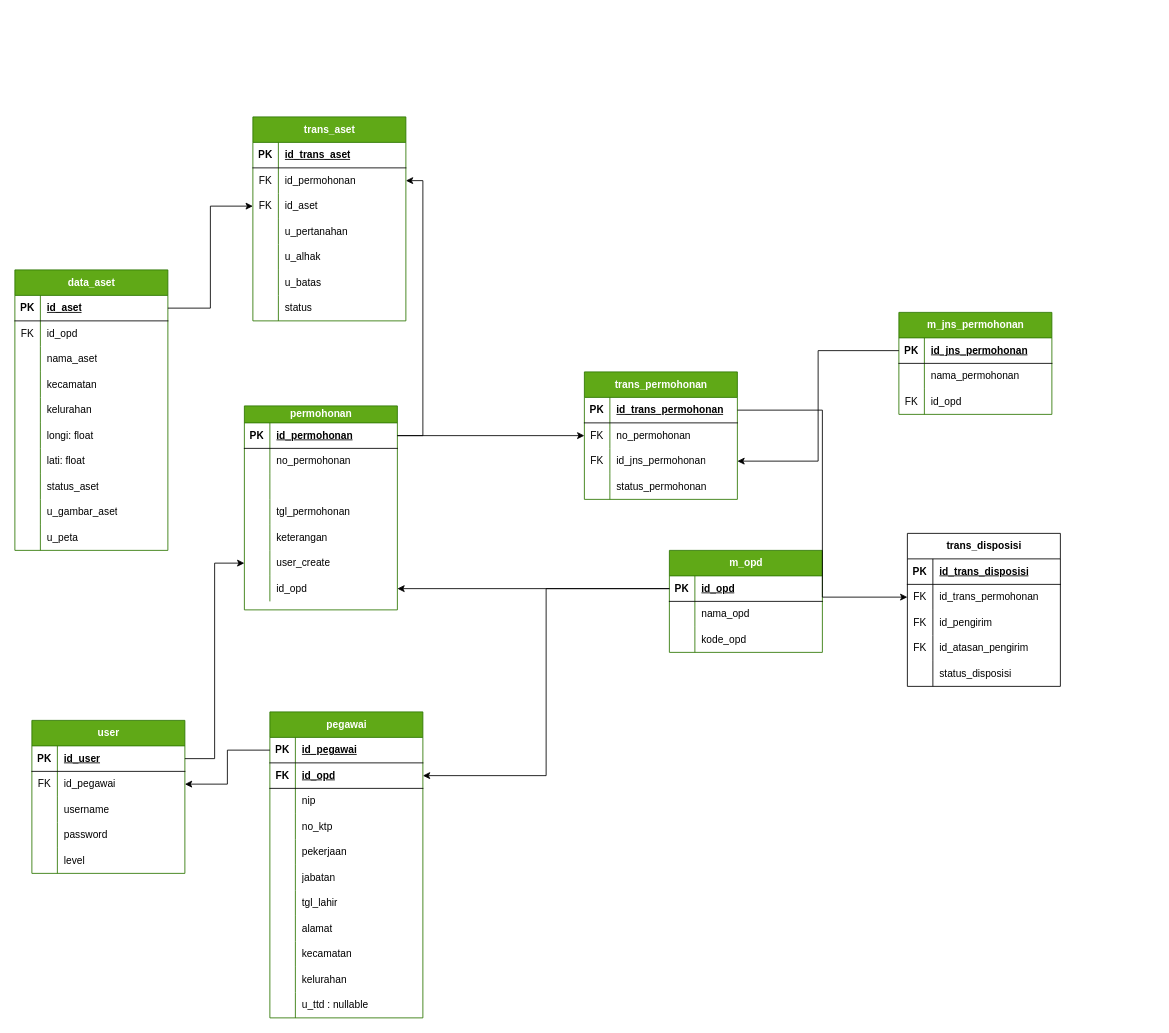
Before: page "Class Diagram" (6 of 6) of UML.drawio in batrianugrah/sigma, a draw.io diagram. Source tidied: cells renumbered, new cells numbered last; positions are measured from the earlier drawing's top-left corner, leaving out a move shared by most shapes. Both pictures are drawn from the tidied source at 85%, with x=0, y=0 at pixel (14, 116).
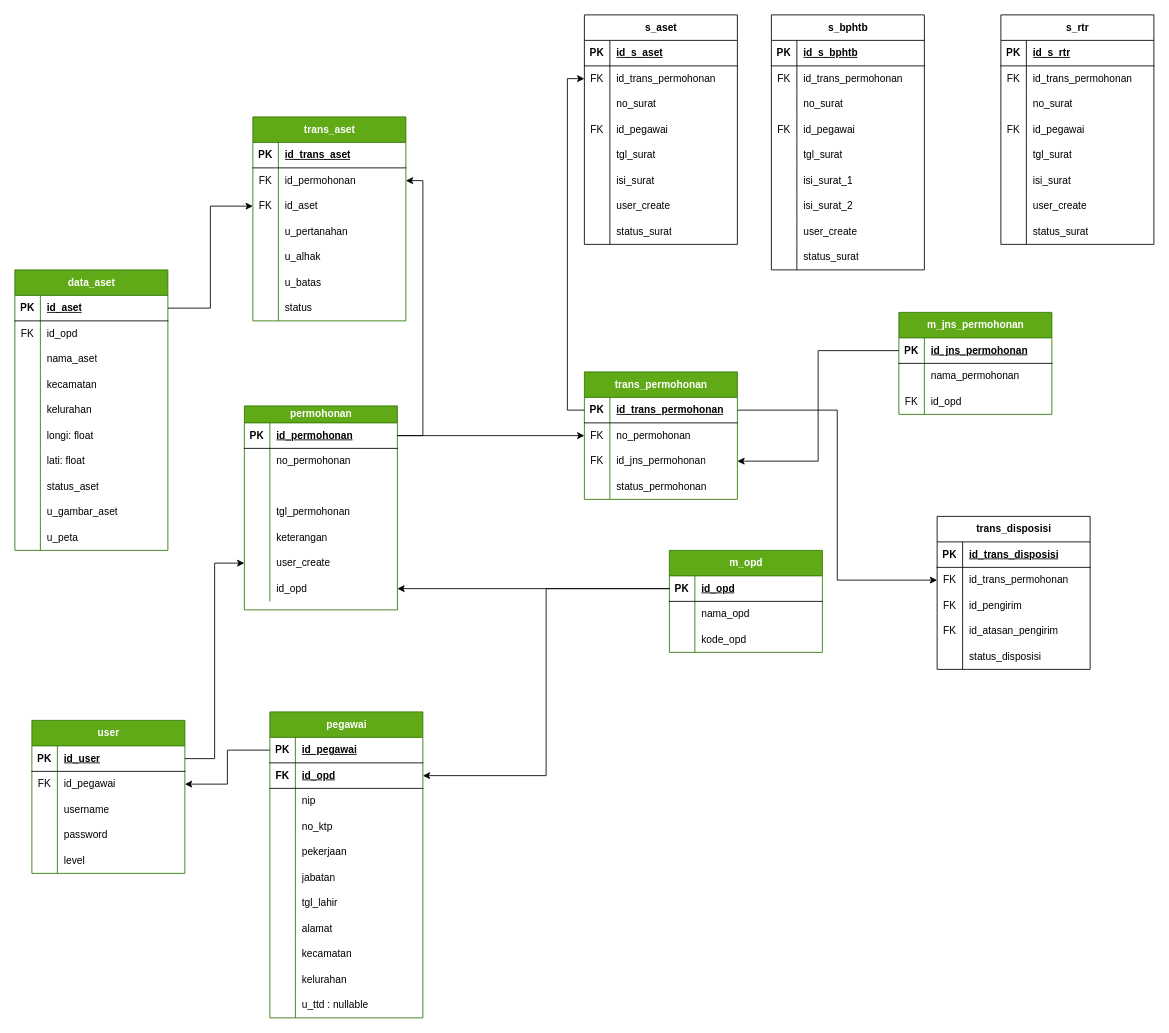
The same diagram, later.

Unchanged cells that the change refers to:
```xml
<mxCell id="116" style="shape=tableRow;horizontal=0;startSize=0;swimlaneHead=0;swimlaneBody=0;fillColor=none;points=[[0,0.5],[1,0.5]];portConstraint=eastwest;top=0;left=0;right=0;bottom=1;" parent="115" vertex="1">
  <mxGeometry y="30" width="180" height="30" as="geometry" />
</mxCell>
```

Diff of the diagram source:
```diff
@@
     <mxCell id="65" value="trans_disposisi" style="shape=table;startSize=30;childLayout=tableLayout;rowLines=0;fontStyle=1;align=center;html=1;" parent="1" vertex="1">
-      <mxGeometry x="1050" y="490" width="180" height="180" as="geometry" />
+      <mxGeometry x="1085" y="470" width="180" height="180" as="geometry" />
     </mxCell>
@@
+    <mxCell id="185" value="s_aset" style="shape=table;startSize=30;childLayout=tableLayout;rowLines=0;fontStyle=1;align=center;html=1;" parent="1" vertex="1">
+      <mxGeometry x="670" y="-120" width="180" height="270" as="geometry" />
+    </mxCell>
+    <mxCell id="186" style="shape=tableRow;horizontal=0;startSize=0;swimlaneHead=0;swimlaneBody=0;fillColor=none;top=0;left=0;right=0;bottom=1;" parent="185" vertex="1">
+      <mxGeometry y="30" width="180" height="30" as="geometry" />
+    </mxCell>
+    <mxCell id="187" value="PK" style="shape=partialRectangle;fillColor=none;top=0;left=0;bottom=0;right=0;fontStyle=1;overflow=hidden;whiteSpace=wrap;html=1;" parent="186" vertex="1">
+      <mxGeometry width="30" height="30" as="geometry" />
+    </mxCell>
+    <mxCell id="188" value="id_s_aset" style="shape=partialRectangle;fillColor=none;top=0;left=0;bottom=0;right=0;align=left;spacingLeft=6;fontStyle=5;overflow=hidden;whiteSpace=wrap;html=1;" parent="186" vertex="1">
+      <mxGeometry x="30" width="150" height="30" as="geometry" />
+    </mxCell>
+    <mxCell id="189" style="shape=tableRow;horizontal=0;startSize=0;swimlaneHead=0;swimlaneBody=0;fillColor=none;points=[[0,0.5],[1,0.5]];portConstraint=eastwest;top=0;left=0;right=0;bottom=0;" parent="185" vertex="1">
+      <mxGeometry y="60" width="180" height="30" as="geometry" />
+    </mxCell>
+    <mxCell id="190" value="FK" style="shape=partialRectangle;fillColor=none;top=0;left=0;bottom=0;right=0;overflow=hidden;whiteSpace=wrap;html=1;" parent="189" vertex="1">
+      <mxGeometry width="30" height="30" as="geometry" />
+    </mxCell>
+    <mxCell id="191" value="id_trans_permohonan" style="shape=partialRectangle;fillColor=none;top=0;left=0;bottom=0;right=0;align=left;spacingLeft=6;overflow=hidden;whiteSpace=wrap;html=1;" parent="189" vertex="1">
+      <mxGeometry x="30" width="150" height="30" as="geometry" />
+    </mxCell>
+    <mxCell id="192" style="shape=tableRow;horizontal=0;startSize=0;swimlaneHead=0;swimlaneBody=0;fillColor=none;top=0;left=0;right=0;bottom=0;" parent="185" vertex="1">
+      <mxGeometry y="90" width="180" height="30" as="geometry" />
+    </mxCell>
+    <mxCell id="193" style="shape=partialRectangle;fillColor=none;top=0;left=0;bottom=0;right=0;overflow=hidden;whiteSpace=wrap;html=1;" parent="192" vertex="1">
+      <mxGeometry width="30" height="30" as="geometry" />
+    </mxCell>
+    <mxCell id="194" value="no_surat" style="shape=partialRectangle;fillColor=none;top=0;left=0;bottom=0;right=0;align=left;spacingLeft=6;overflow=hidden;whiteSpace=wrap;html=1;" parent="192" vertex="1">
+      <mxGeometry x="30" width="150" height="30" as="geometry" />
+    </mxCell>
+    <mxCell id="195" style="shape=tableRow;horizontal=0;startSize=0;swimlaneHead=0;swimlaneBody=0;fillColor=none;top=0;left=0;right=0;bottom=0;" parent="185" vertex="1">
+      <mxGeometry y="120" width="180" height="30" as="geometry" />
+    </mxCell>
+    <mxCell id="196" style="shape=partialRectangle;fillColor=none;top=0;left=0;bottom=0;right=0;overflow=hidden;whiteSpace=wrap;html=1;" parent="195" vertex="1">
+      <mxGeometry width="30" height="30" as="geometry" />
+    </mxCell>
+    <mxCell id="197" value="id_pegawai" style="shape=partialRectangle;fillColor=none;top=0;left=0;bottom=0;right=0;align=left;spacingLeft=6;overflow=hidden;whiteSpace=wrap;html=1;" parent="195" vertex="1">
+      <mxGeometry x="30" width="150" height="30" as="geometry" />
+    </mxCell>
+    <mxCell id="198" style="shape=tableRow;horizontal=0;startSize=0;swimlaneHead=0;swimlaneBody=0;fillColor=none;top=0;left=0;right=0;bottom=0;" parent="185" vertex="1">
+      <mxGeometry y="150" width="180" height="30" as="geometry" />
+    </mxCell>
+    <mxCell id="199" style="shape=partialRectangle;fillColor=none;top=0;left=0;bottom=0;right=0;overflow=hidden;whiteSpace=wrap;html=1;" parent="198" vertex="1">
+      <mxGeometry width="30" height="30" as="geometry" />
+    </mxCell>
+    <mxCell id="200" value="tgl_surat" style="shape=partialRectangle;fillColor=none;top=0;left=0;bottom=0;right=0;align=left;spacingLeft=6;overflow=hidden;whiteSpace=wrap;html=1;" parent="198" vertex="1">
+      <mxGeometry x="30" width="150" height="30" as="geometry" />
+    </mxCell>
+    <mxCell id="201" style="shape=tableRow;horizontal=0;startSize=0;swimlaneHead=0;swimlaneBody=0;fillColor=none;top=0;left=0;right=0;bottom=0;" parent="185" vertex="1">
+      <mxGeometry y="180" width="180" height="30" as="geometry" />
+    </mxCell>
+    <mxCell id="202" style="shape=partialRectangle;fillColor=none;top=0;left=0;bottom=0;right=0;overflow=hidden;whiteSpace=wrap;html=1;" parent="201" vertex="1">
+      <mxGeometry width="30" height="30" as="geometry" />
+    </mxCell>
+    <mxCell id="203" value="isi_surat" style="shape=partialRectangle;fillColor=none;top=0;left=0;bottom=0;right=0;align=left;spacingLeft=6;overflow=hidden;whiteSpace=wrap;html=1;" parent="201" vertex="1">
+      <mxGeometry x="30" width="150" height="30" as="geometry" />
+    </mxCell>
+    <mxCell id="204" style="shape=tableRow;horizontal=0;startSize=0;swimlaneHead=0;swimlaneBody=0;fillColor=none;top=0;left=0;right=0;bottom=0;" parent="185" vertex="1">
+      <mxGeometry y="210" width="180" height="30" as="geometry" />
+    </mxCell>
+    <mxCell id="205" style="shape=partialRectangle;fillColor=none;top=0;left=0;bottom=0;right=0;overflow=hidden;whiteSpace=wrap;html=1;" parent="204" vertex="1">
+      <mxGeometry width="30" height="30" as="geometry" />
+    </mxCell>
+    <mxCell id="206" value="user_create" style="shape=partialRectangle;fillColor=none;top=0;left=0;bottom=0;right=0;align=left;spacingLeft=6;overflow=hidden;whiteSpace=wrap;html=1;" parent="204" vertex="1">
+      <mxGeometry x="30" width="150" height="30" as="geometry" />
+    </mxCell>
+    <mxCell id="207" style="shape=tableRow;horizontal=0;startSize=0;swimlaneHead=0;swimlaneBody=0;fillColor=none;top=0;left=0;right=0;bottom=0;" parent="185" vertex="1">
+      <mxGeometry y="240" width="180" height="30" as="geometry" />
+    </mxCell>
+    <mxCell id="208" style="shape=partialRectangle;fillColor=none;top=0;left=0;bottom=0;right=0;overflow=hidden;whiteSpace=wrap;html=1;" parent="207" vertex="1">
+      <mxGeometry width="30" height="30" as="geometry" />
+    </mxCell>
+    <mxCell id="209" value="status_surat" style="shape=partialRectangle;fillColor=none;top=0;left=0;bottom=0;right=0;align=left;spacingLeft=6;overflow=hidden;whiteSpace=wrap;html=1;" parent="207" vertex="1">
+      <mxGeometry x="30" width="150" height="30" as="geometry" />
+    </mxCell>
+    <mxCell id="210" style="edgeStyle=orthogonalEdgeStyle;rounded=0;jettySize=auto;html=1;exitX=0;exitY=0.5;exitDx=0;exitDy=0;entryX=0;entryY=0.5;entryDx=0;entryDy=0;" parent="1" edge="1" source="116" target="189">
+      <mxGeometry relative="1" as="geometry" />
+    </mxCell>
+    <mxCell id="211" value="FK" style="shape=partialRectangle;fillColor=none;top=0;left=0;bottom=0;right=0;overflow=hidden;whiteSpace=wrap;html=1;" parent="1" vertex="1">
+      <mxGeometry x="670" width="30" height="30" as="geometry" />
+    </mxCell>
+    <mxCell id="212" value="s_bphtb" style="shape=table;startSize=30;childLayout=tableLayout;rowLines=0;fontStyle=1;align=center;html=1;" parent="1" vertex="1">
+      <mxGeometry x="890" y="-120" width="180" height="300" as="geometry" />
+    </mxCell>
+    <mxCell id="213" style="shape=tableRow;horizontal=0;startSize=0;swimlaneHead=0;swimlaneBody=0;fillColor=none;top=0;left=0;right=0;bottom=1;" parent="212" vertex="1">
+      <mxGeometry y="30" width="180" height="30" as="geometry" />
+    </mxCell>
+    <mxCell id="214" value="PK" style="shape=partialRectangle;fillColor=none;top=0;left=0;bottom=0;right=0;fontStyle=1;overflow=hidden;whiteSpace=wrap;html=1;" parent="213" vertex="1">
+      <mxGeometry width="30" height="30" as="geometry" />
+    </mxCell>
+    <mxCell id="215" value="id_s_bphtb" style="shape=partialRectangle;fillColor=none;top=0;left=0;bottom=0;right=0;align=left;spacingLeft=6;fontStyle=5;overflow=hidden;whiteSpace=wrap;html=1;" parent="213" vertex="1">
+      <mxGeometry x="30" width="150" height="30" as="geometry" />
+    </mxCell>
+    <mxCell id="216" style="shape=tableRow;horizontal=0;startSize=0;swimlaneHead=0;swimlaneBody=0;fillColor=none;top=0;left=0;right=0;bottom=0;" parent="212" vertex="1">
+      <mxGeometry y="60" width="180" height="30" as="geometry" />
+    </mxCell>
+    <mxCell id="217" value="FK" style="shape=partialRectangle;fillColor=none;top=0;left=0;bottom=0;right=0;overflow=hidden;whiteSpace=wrap;html=1;" parent="216" vertex="1">
+      <mxGeometry width="30" height="30" as="geometry" />
+    </mxCell>
+    <mxCell id="218" value="id_trans_permohonan" style="shape=partialRectangle;fillColor=none;top=0;left=0;bottom=0;right=0;align=left;spacingLeft=6;overflow=hidden;whiteSpace=wrap;html=1;" parent="216" vertex="1">
+      <mxGeometry x="30" width="150" height="30" as="geometry" />
+    </mxCell>
+    <mxCell id="219" style="shape=tableRow;horizontal=0;startSize=0;swimlaneHead=0;swimlaneBody=0;fillColor=none;top=0;left=0;right=0;bottom=0;" parent="212" vertex="1">
+      <mxGeometry y="90" width="180" height="30" as="geometry" />
+    </mxCell>
+    <mxCell id="220" style="shape=partialRectangle;fillColor=none;top=0;left=0;bottom=0;right=0;overflow=hidden;whiteSpace=wrap;html=1;" parent="219" vertex="1">
+      <mxGeometry width="30" height="30" as="geometry" />
+    </mxCell>
+    <mxCell id="221" value="no_surat" style="shape=partialRectangle;fillColor=none;top=0;left=0;bottom=0;right=0;align=left;spacingLeft=6;overflow=hidden;whiteSpace=wrap;html=1;" parent="219" vertex="1">
+      <mxGeometry x="30" width="150" height="30" as="geometry" />
+    </mxCell>
+    <mxCell id="222" style="shape=tableRow;horizontal=0;startSize=0;swimlaneHead=0;swimlaneBody=0;fillColor=none;top=0;left=0;right=0;bottom=0;" parent="212" vertex="1">
+      <mxGeometry y="120" width="180" height="30" as="geometry" />
+    </mxCell>
+    <mxCell id="223" style="shape=partialRectangle;fillColor=none;top=0;left=0;bottom=0;right=0;overflow=hidden;whiteSpace=wrap;html=1;" parent="222" vertex="1">
+      <mxGeometry width="30" height="30" as="geometry" />
+    </mxCell>
+    <mxCell id="224" value="id_pegawai" style="shape=partialRectangle;fillColor=none;top=0;left=0;bottom=0;right=0;align=left;spacingLeft=6;overflow=hidden;whiteSpace=wrap;html=1;" parent="222" vertex="1">
+      <mxGeometry x="30" width="150" height="30" as="geometry" />
+    </mxCell>
+    <mxCell id="225" style="shape=tableRow;horizontal=0;startSize=0;swimlaneHead=0;swimlaneBody=0;fillColor=none;top=0;left=0;right=0;bottom=0;" parent="212" vertex="1">
+      <mxGeometry y="150" width="180" height="30" as="geometry" />
+    </mxCell>
+    <mxCell id="226" style="shape=partialRectangle;fillColor=none;top=0;left=0;bottom=0;right=0;overflow=hidden;whiteSpace=wrap;html=1;" parent="225" vertex="1">
+      <mxGeometry width="30" height="30" as="geometry" />
+    </mxCell>
+    <mxCell id="227" value="tgl_surat" style="shape=partialRectangle;fillColor=none;top=0;left=0;bottom=0;right=0;align=left;spacingLeft=6;overflow=hidden;whiteSpace=wrap;html=1;" parent="225" vertex="1">
+      <mxGeometry x="30" width="150" height="30" as="geometry" />
+    </mxCell>
+    <mxCell id="228" style="shape=tableRow;horizontal=0;startSize=0;swimlaneHead=0;swimlaneBody=0;fillColor=none;top=0;left=0;right=0;bottom=0;" parent="212" vertex="1">
+      <mxGeometry y="180" width="180" height="30" as="geometry" />
+    </mxCell>
+    <mxCell id="229" style="shape=partialRectangle;fillColor=none;top=0;left=0;bottom=0;right=0;overflow=hidden;whiteSpace=wrap;html=1;" parent="228" vertex="1">
+      <mxGeometry width="30" height="30" as="geometry" />
+    </mxCell>
+    <mxCell id="230" value="isi_surat_1" style="shape=partialRectangle;fillColor=none;top=0;left=0;bottom=0;right=0;align=left;spacingLeft=6;overflow=hidden;whiteSpace=wrap;html=1;" parent="228" vertex="1">
+      <mxGeometry x="30" width="150" height="30" as="geometry" />
+    </mxCell>
+    <mxCell id="231" style="shape=tableRow;horizontal=0;startSize=0;swimlaneHead=0;swimlaneBody=0;fillColor=none;top=0;left=0;right=0;bottom=0;" parent="212" vertex="1">
+      <mxGeometry y="210" width="180" height="30" as="geometry" />
+    </mxCell>
+    <mxCell id="232" style="shape=partialRectangle;fillColor=none;top=0;left=0;bottom=0;right=0;overflow=hidden;whiteSpace=wrap;html=1;" parent="231" vertex="1">
+      <mxGeometry width="30" height="30" as="geometry" />
+    </mxCell>
+    <mxCell id="233" value="isi_surat_2" style="shape=partialRectangle;fillColor=none;top=0;left=0;bottom=0;right=0;align=left;spacingLeft=6;overflow=hidden;whiteSpace=wrap;html=1;" parent="231" vertex="1">
+      <mxGeometry x="30" width="150" height="30" as="geometry" />
+    </mxCell>
+    <mxCell id="234" style="shape=tableRow;horizontal=0;startSize=0;swimlaneHead=0;swimlaneBody=0;fillColor=none;top=0;left=0;right=0;bottom=0;" parent="212" vertex="1">
+      <mxGeometry y="240" width="180" height="30" as="geometry" />
+    </mxCell>
+    <mxCell id="235" style="shape=partialRectangle;fillColor=none;top=0;left=0;bottom=0;right=0;overflow=hidden;whiteSpace=wrap;html=1;" parent="234" vertex="1">
+      <mxGeometry width="30" height="30" as="geometry" />
+    </mxCell>
+    <mxCell id="236" value="user_create" style="shape=partialRectangle;fillColor=none;top=0;left=0;bottom=0;right=0;align=left;spacingLeft=6;overflow=hidden;whiteSpace=wrap;html=1;" parent="234" vertex="1">
+      <mxGeometry x="30" width="150" height="30" as="geometry" />
+    </mxCell>
+    <mxCell id="237" style="shape=tableRow;horizontal=0;startSize=0;swimlaneHead=0;swimlaneBody=0;fillColor=none;top=0;left=0;right=0;bottom=0;" parent="212" vertex="1">
+      <mxGeometry y="270" width="180" height="30" as="geometry" />
+    </mxCell>
+    <mxCell id="238" style="shape=partialRectangle;fillColor=none;top=0;left=0;bottom=0;right=0;overflow=hidden;whiteSpace=wrap;html=1;" parent="237" vertex="1">
+      <mxGeometry width="30" height="30" as="geometry" />
+    </mxCell>
+    <mxCell id="239" value="status_surat" style="shape=partialRectangle;fillColor=none;top=0;left=0;bottom=0;right=0;align=left;spacingLeft=6;overflow=hidden;whiteSpace=wrap;html=1;" parent="237" vertex="1">
+      <mxGeometry x="30" width="150" height="30" as="geometry" />
+    </mxCell>
+    <mxCell id="240" value="s_rtr" style="shape=table;startSize=30;childLayout=tableLayout;rowLines=0;fontStyle=1;align=center;html=1;" parent="1" vertex="1">
+      <mxGeometry x="1160" y="-120" width="180" height="270" as="geometry" />
+    </mxCell>
+    <mxCell id="241" style="shape=tableRow;horizontal=0;startSize=0;swimlaneHead=0;swimlaneBody=0;fillColor=none;top=0;left=0;right=0;bottom=1;" parent="240" vertex="1">
+      <mxGeometry y="30" width="180" height="30" as="geometry" />
+    </mxCell>
+    <mxCell id="242" value="PK" style="shape=partialRectangle;fillColor=none;top=0;left=0;bottom=0;right=0;fontStyle=1;overflow=hidden;whiteSpace=wrap;html=1;" parent="241" vertex="1">
+      <mxGeometry width="30" height="30" as="geometry" />
+    </mxCell>
+    <mxCell id="243" value="id_s_rtr" style="shape=partialRectangle;fillColor=none;top=0;left=0;bottom=0;right=0;align=left;spacingLeft=6;fontStyle=5;overflow=hidden;whiteSpace=wrap;html=1;" parent="241" vertex="1">
+      <mxGeometry x="30" width="150" height="30" as="geometry" />
+    </mxCell>
+    <mxCell id="244" style="shape=tableRow;horizontal=0;startSize=0;swimlaneHead=0;swimlaneBody=0;fillColor=none;top=0;left=0;right=0;bottom=0;" parent="240" vertex="1">
+      <mxGeometry y="60" width="180" height="30" as="geometry" />
+    </mxCell>
+    <mxCell id="245" value="FK" style="shape=partialRectangle;fillColor=none;top=0;left=0;bottom=0;right=0;overflow=hidden;whiteSpace=wrap;html=1;" parent="244" vertex="1">
+      <mxGeometry width="30" height="30" as="geometry" />
+    </mxCell>
+    <mxCell id="246" value="id_trans_permohonan" style="shape=partialRectangle;fillColor=none;top=0;left=0;bottom=0;right=0;align=left;spacingLeft=6;overflow=hidden;whiteSpace=wrap;html=1;" parent="244" vertex="1">
+      <mxGeometry x="30" width="150" height="30" as="geometry" />
+    </mxCell>
+    <mxCell id="247" style="shape=tableRow;horizontal=0;startSize=0;swimlaneHead=0;swimlaneBody=0;fillColor=none;top=0;left=0;right=0;bottom=0;" parent="240" vertex="1">
+      <mxGeometry y="90" width="180" height="30" as="geometry" />
+    </mxCell>
+    <mxCell id="248" style="shape=partialRectangle;fillColor=none;top=0;left=0;bottom=0;right=0;overflow=hidden;whiteSpace=wrap;html=1;" parent="247" vertex="1">
+      <mxGeometry width="30" height="30" as="geometry" />
+    </mxCell>
+    <mxCell id="249" value="no_surat" style="shape=partialRectangle;fillColor=none;top=0;left=0;bottom=0;right=0;align=left;spacingLeft=6;overflow=hidden;whiteSpace=wrap;html=1;" parent="247" vertex="1">
+      <mxGeometry x="30" width="150" height="30" as="geometry" />
+    </mxCell>
+    <mxCell id="250" style="shape=tableRow;horizontal=0;startSize=0;swimlaneHead=0;swimlaneBody=0;fillColor=none;top=0;left=0;right=0;bottom=0;" parent="240" vertex="1">
+      <mxGeometry y="120" width="180" height="30" as="geometry" />
+    </mxCell>
+    <mxCell id="251" style="shape=partialRectangle;fillColor=none;top=0;left=0;bottom=0;right=0;overflow=hidden;whiteSpace=wrap;html=1;" parent="250" vertex="1">
+      <mxGeometry width="30" height="30" as="geometry" />
+    </mxCell>
+    <mxCell id="252" value="id_pegawai" style="shape=partialRectangle;fillColor=none;top=0;left=0;bottom=0;right=0;align=left;spacingLeft=6;overflow=hidden;whiteSpace=wrap;html=1;" parent="250" vertex="1">
+      <mxGeometry x="30" width="150" height="30" as="geometry" />
+    </mxCell>
+    <mxCell id="253" style="shape=tableRow;horizontal=0;startSize=0;swimlaneHead=0;swimlaneBody=0;fillColor=none;top=0;left=0;right=0;bottom=0;" parent="240" vertex="1">
+      <mxGeometry y="150" width="180" height="30" as="geometry" />
+    </mxCell>
+    <mxCell id="254" style="shape=partialRectangle;fillColor=none;top=0;left=0;bottom=0;right=0;overflow=hidden;whiteSpace=wrap;html=1;" parent="253" vertex="1">
+      <mxGeometry width="30" height="30" as="geometry" />
+    </mxCell>
+    <mxCell id="255" value="tgl_surat" style="shape=partialRectangle;fillColor=none;top=0;left=0;bottom=0;right=0;align=left;spacingLeft=6;overflow=hidden;whiteSpace=wrap;html=1;" parent="253" vertex="1">
+      <mxGeometry x="30" width="150" height="30" as="geometry" />
+    </mxCell>
+    <mxCell id="256" style="shape=tableRow;horizontal=0;startSize=0;swimlaneHead=0;swimlaneBody=0;fillColor=none;top=0;left=0;right=0;bottom=0;" parent="240" vertex="1">
+      <mxGeometry y="180" width="180" height="30" as="geometry" />
+    </mxCell>
+    <mxCell id="257" style="shape=partialRectangle;fillColor=none;top=0;left=0;bottom=0;right=0;overflow=hidden;whiteSpace=wrap;html=1;" parent="256" vertex="1">
+      <mxGeometry width="30" height="30" as="geometry" />
+    </mxCell>
+    <mxCell id="258" value="isi_surat" style="shape=partialRectangle;fillColor=none;top=0;left=0;bottom=0;right=0;align=left;spacingLeft=6;overflow=hidden;whiteSpace=wrap;html=1;" parent="256" vertex="1">
+      <mxGeometry x="30" width="150" height="30" as="geometry" />
+    </mxCell>
+    <mxCell id="259" style="shape=tableRow;horizontal=0;startSize=0;swimlaneHead=0;swimlaneBody=0;fillColor=none;top=0;left=0;right=0;bottom=0;" parent="240" vertex="1">
+      <mxGeometry y="210" width="180" height="30" as="geometry" />
+    </mxCell>
+    <mxCell id="260" style="shape=partialRectangle;fillColor=none;top=0;left=0;bottom=0;right=0;overflow=hidden;whiteSpace=wrap;html=1;" parent="259" vertex="1">
+      <mxGeometry width="30" height="30" as="geometry" />
+    </mxCell>
+    <mxCell id="261" value="user_create" style="shape=partialRectangle;fillColor=none;top=0;left=0;bottom=0;right=0;align=left;spacingLeft=6;overflow=hidden;whiteSpace=wrap;html=1;" parent="259" vertex="1">
+      <mxGeometry x="30" width="150" height="30" as="geometry" />
+    </mxCell>
+    <mxCell id="262" style="shape=tableRow;horizontal=0;startSize=0;swimlaneHead=0;swimlaneBody=0;fillColor=none;top=0;left=0;right=0;bottom=0;" parent="240" vertex="1">
+      <mxGeometry y="240" width="180" height="30" as="geometry" />
+    </mxCell>
+    <mxCell id="263" style="shape=partialRectangle;fillColor=none;top=0;left=0;bottom=0;right=0;overflow=hidden;whiteSpace=wrap;html=1;" parent="262" vertex="1">
+      <mxGeometry width="30" height="30" as="geometry" />
+    </mxCell>
+    <mxCell id="264" value="status_surat" style="shape=partialRectangle;fillColor=none;top=0;left=0;bottom=0;right=0;align=left;spacingLeft=6;overflow=hidden;whiteSpace=wrap;html=1;" parent="262" vertex="1">
+      <mxGeometry x="30" width="150" height="30" as="geometry" />
+    </mxCell>
+    <mxCell id="265" value="FK" style="shape=partialRectangle;fillColor=none;top=0;left=0;bottom=0;right=0;overflow=hidden;whiteSpace=wrap;html=1;" parent="1" vertex="1">
+      <mxGeometry x="890" width="30" height="30" as="geometry" />
+    </mxCell>
+    <mxCell id="266" value="FK" style="shape=partialRectangle;fillColor=none;top=0;left=0;bottom=0;right=0;overflow=hidden;whiteSpace=wrap;html=1;" parent="1" vertex="1">
+      <mxGeometry x="1160" width="30" height="30" as="geometry" />
+    </mxCell>
```
